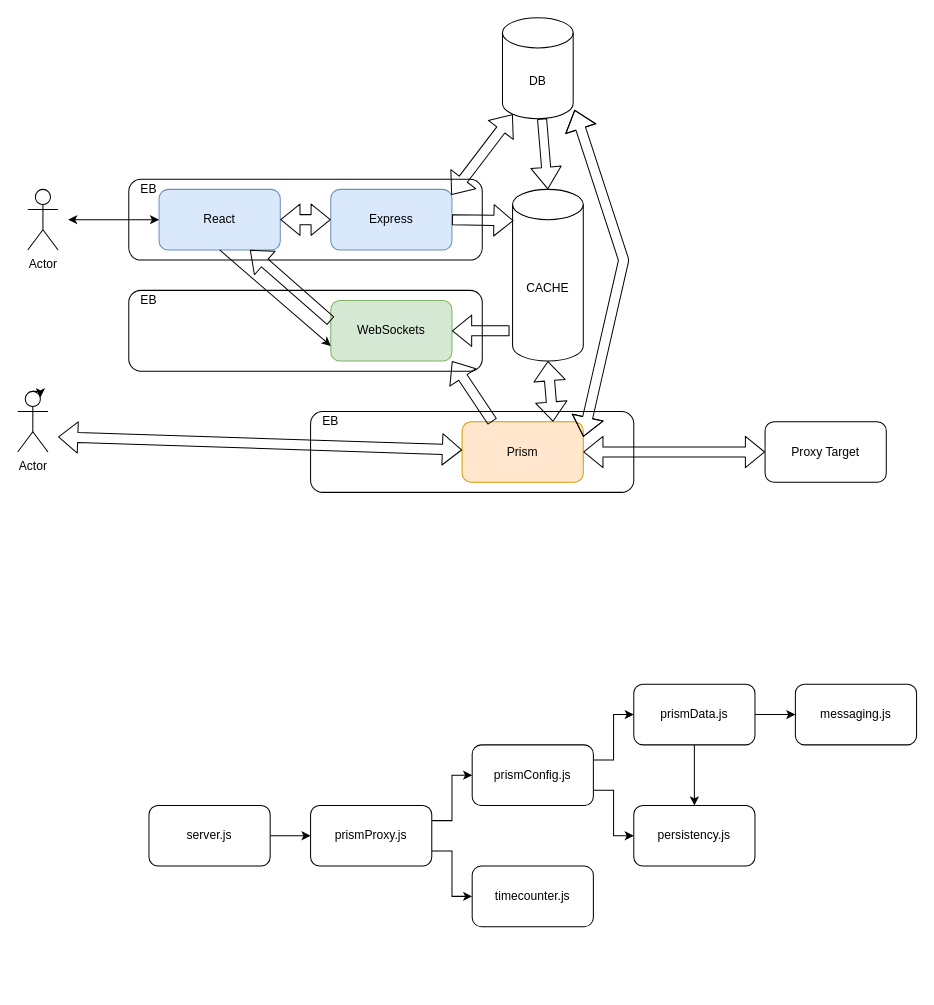
This is project/Untitled Diagram.drawio from MarkoVcode/Insect, a draw.io file, before an edit. Source tidied: cells renumbered, new cells numbered last; positions are measured from the earlier drawing's top-left corner, leaving out a move shared by most shapes. Both pictures are drawn from the tidied source at 101%, with x=0, y=0 at pixel (17, 17).
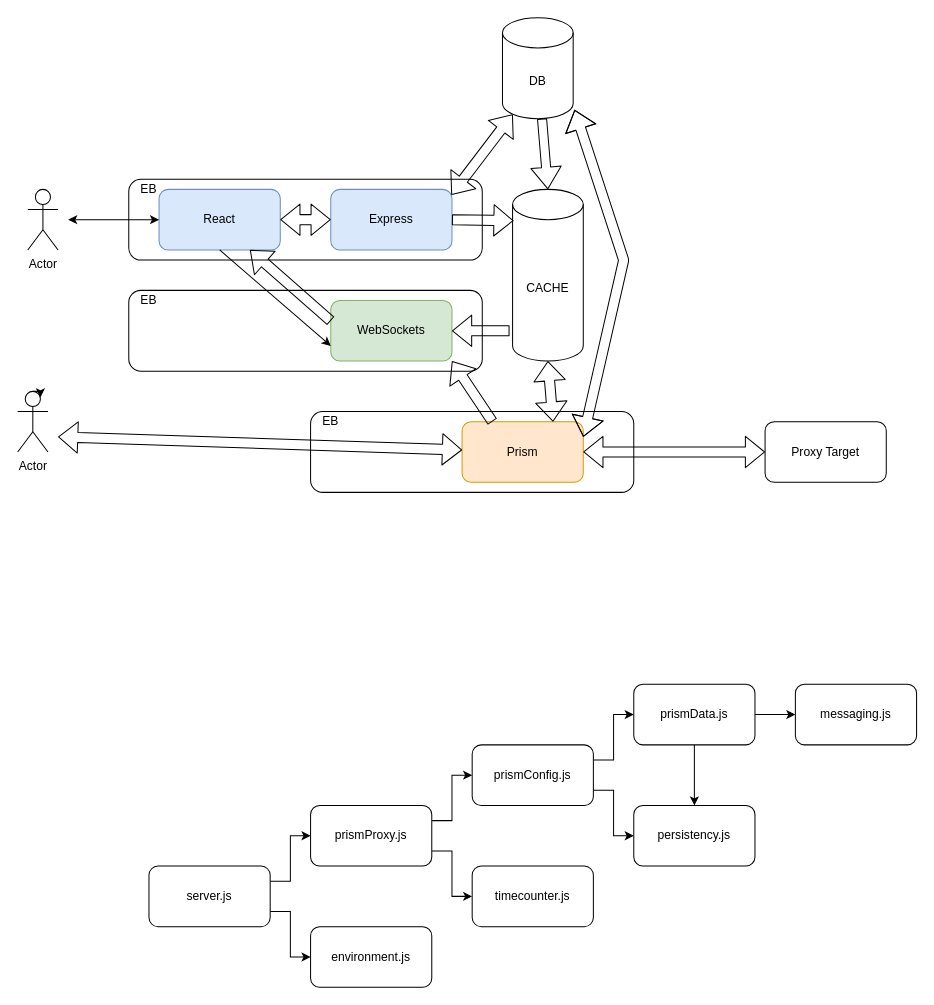
After the change.

Unchanged cells that the change refers to:
```xml
<mxCell id="35" value="prismProxy.js" style="rounded=1;whiteSpace=wrap;html=1;" parent="1" vertex="1">
  <mxGeometry x="290" y="780" width="120" height="60" as="geometry" />
</mxCell>
```

What changed in the source:
```diff
@@
-    <mxCell id="31" style="edgeStyle=orthogonalEdgeStyle;rounded=0;jettySize=auto;html=1;exitX=1;exitY=0.5;exitDx=0;exitDy=0;" parent="1" edge="1" source="32" target="35">
+    <mxCell id="31" style="edgeStyle=orthogonalEdgeStyle;rounded=0;jettySize=auto;html=1;exitX=1;exitY=0.25;exitDx=0;exitDy=0;entryX=0;entryY=0.5;entryDx=0;entryDy=0;" parent="1" edge="1" source="32" target="35">
       <mxGeometry relative="1" as="geometry" />
     </mxCell>
+    <mxCell id="45" style="edgeStyle=orthogonalEdgeStyle;rounded=0;jettySize=auto;html=1;exitX=1;exitY=0.75;exitDx=0;exitDy=0;" parent="1" edge="1" source="32" target="46">
+      <mxGeometry relative="1" as="geometry" />
+    </mxCell>
     <mxCell id="32" value="server.js" style="rounded=1;whiteSpace=wrap;html=1;" parent="1" vertex="1">
-      <mxGeometry x="130" y="780" width="120" height="60" as="geometry" />
+      <mxGeometry x="130" y="840" width="120" height="60" as="geometry" />
     </mxCell>
@@
+    <mxCell id="46" value="environment.js" style="rounded=1;whiteSpace=wrap;html=1;" parent="1" vertex="1">
+      <mxGeometry x="290" y="900" width="120" height="60" as="geometry" />
+    </mxCell>
```
